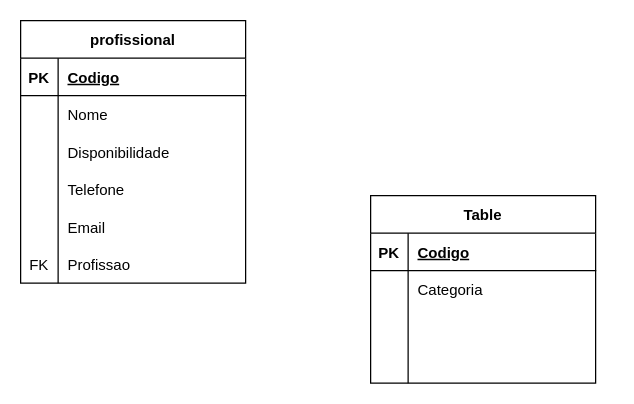
The draw.io diagram DER prucureUmTrabalhador.drawio in HenryWDC/Devaria, before the edit. Source tidied: cells renumbered, new cells numbered last; positions are measured from the earlier drawing's top-left corner, leaving out a move shared by most shapes. Both pictures are drawn from the tidied source at 125%, with x=0, y=0 at pixel (20, 20).
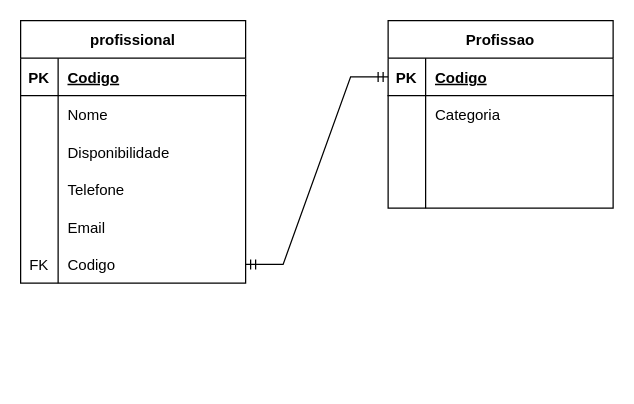
The same page after the edit.

The change refers to these unchanged cells:
```xml
<mxCell id="18" style="shape=tableRow;horizontal=0;startSize=0;swimlaneHead=0;swimlaneBody=0;fillColor=none;points=[[0,0.5],[1,0.5]];portConstraint=eastwest;top=0;left=0;right=0;bottom=0;" parent="2" vertex="1">
  <mxGeometry y="180" width="180" height="30" as="geometry" />
</mxCell>
<mxCell id="22" style="shape=tableRow;horizontal=0;startSize=0;swimlaneHead=0;swimlaneBody=0;fillColor=none;points=[[0,0.5],[1,0.5]];portConstraint=eastwest;top=0;left=0;right=0;bottom=1;" parent="21" vertex="1">
  <mxGeometry y="30" width="180" height="30" as="geometry" />
</mxCell>
```

The edit, as a diff of the source:
```diff
@@
-    <mxCell id="20" value="Profissao" style="shape=partialRectangle;fillColor=none;top=0;left=0;bottom=0;right=0;align=left;spacingLeft=6;fontStyle=0;overflow=hidden;" parent="18" vertex="1">
+    <mxCell id="20" value="Codigo" style="shape=partialRectangle;fillColor=none;top=0;left=0;bottom=0;right=0;align=left;spacingLeft=6;fontStyle=0;overflow=hidden;" parent="18" vertex="1">
       <mxGeometry x="30" width="150" height="30" as="geometry" />
     </mxCell>
-    <mxCell id="21" value="Table" style="shape=table;startSize=30;childLayout=tableLayout;rowLines=0;fontStyle=1;align=center;" parent="1" vertex="1">
-      <mxGeometry x="280" y="140" width="180" height="150" as="geometry" />
+    <mxCell id="21" value="Profissao" style="shape=table;startSize=30;childLayout=tableLayout;rowLines=0;fontStyle=1;align=center;" parent="1" vertex="1">
+      <mxGeometry x="294" width="180" height="150" as="geometry" />
     </mxCell>
@@
+    <mxCell id="34" style="edgeStyle=entityRelationEdgeStyle;fontSize=12;html=1;endArrow=ERmandOne;startArrow=ERmandOne;rounded=0;exitX=1;exitY=0.5;exitDx=0;exitDy=0;entryX=0;entryY=0.5;entryDx=0;entryDy=0;" parent="1" edge="1" source="18" target="22">
+      <mxGeometry relative="1" as="geometry" />
+    </mxCell>
```
